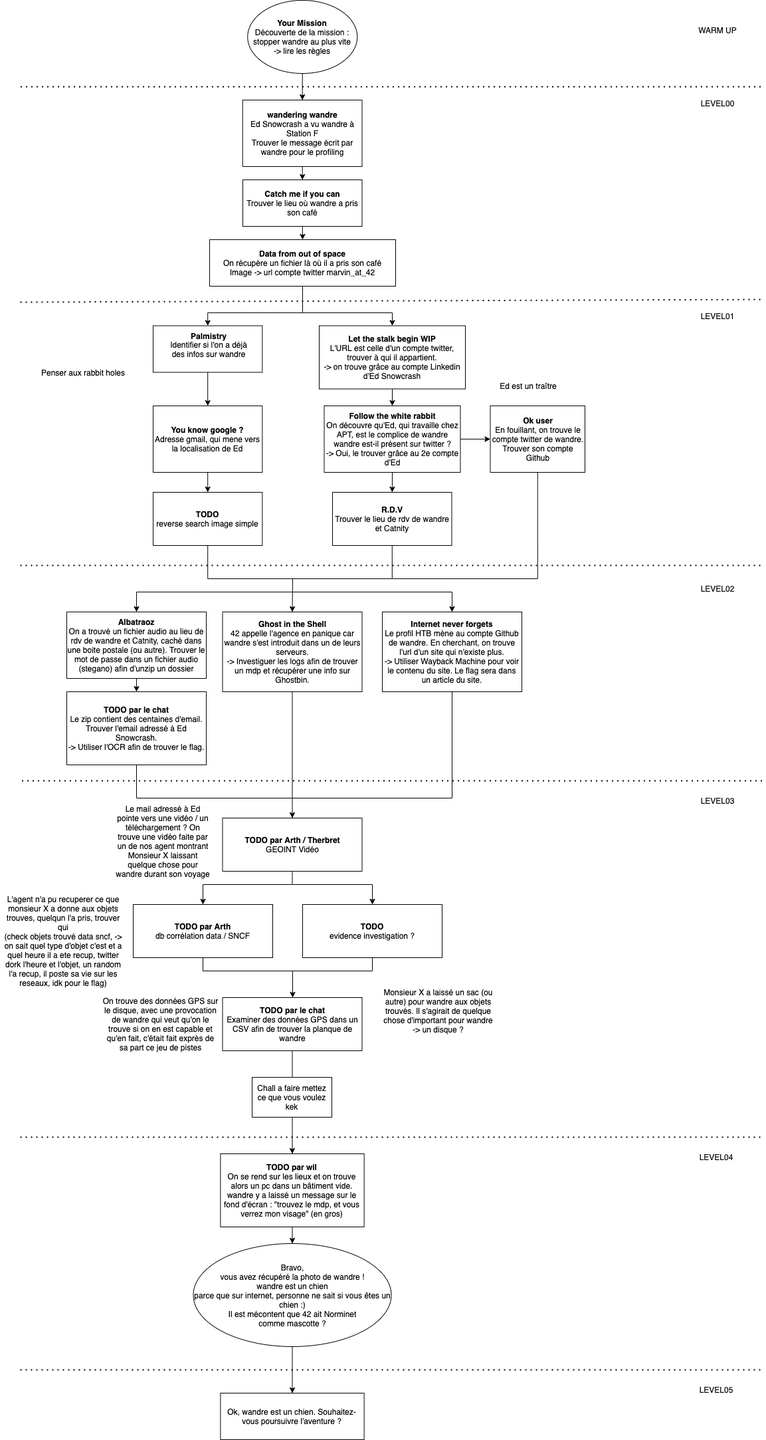
Before: resources/ctf_story.png, a diagram exported from draw.io (praclet/ctf_osint). Source tidied: cells renumbered, new cells last; positions are measured from the earlier drawing's top-left corner, leaving out a move shared by most shapes.
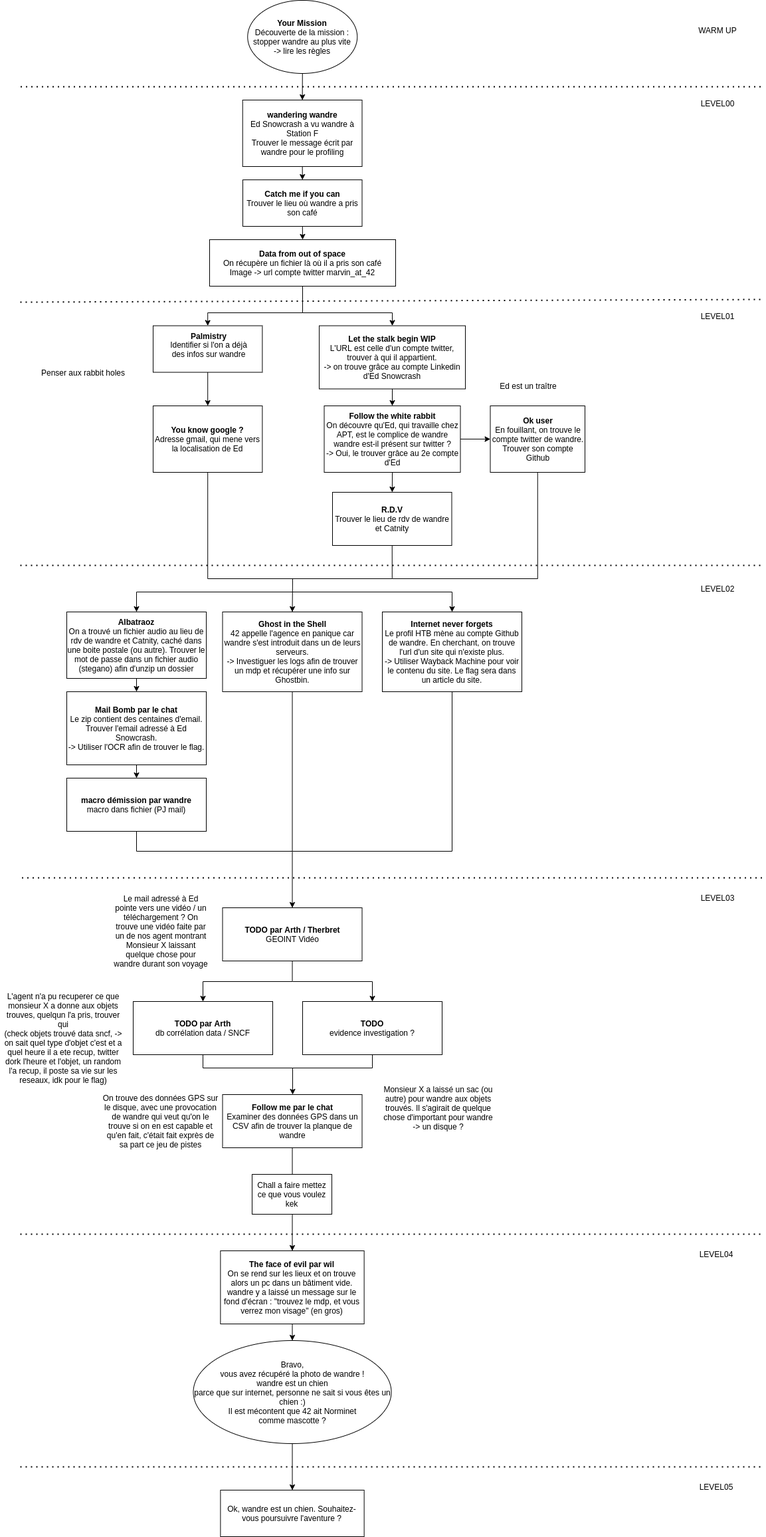
The same file after the commit.

Change to the diagram source:
```diff
@@ -6,7 +6,7 @@
       <mxGeometry x="372.2" width="165" height="110" as="geometry" />
     </mxCell>
     <mxCell id="3" value="Bravo,&lt;br&gt;vous avez récupéré la photo de wandre !&lt;br&gt;wandre est un chien&lt;br&gt;parce que sur internet, personne ne sait si vous êtes un chien :)&lt;br&gt;Il est mécontent que 42 ait Norminet&lt;br&gt;comme mascotte ?" style="ellipse;whiteSpace=wrap;html=1;" parent="1" vertex="1">
-      <mxGeometry x="290.5" y="1870" width="298" height="155" as="geometry" />
+      <mxGeometry x="290.5" y="2016" width="298" height="155" as="geometry" />
     </mxCell>
     <mxCell id="4" value="&lt;b&gt;wandering wandre&lt;br&gt;&lt;/b&gt;Ed Snowcrash a vu wandre à Station F&lt;br&gt;Trouver le message écrit par wandre pour le profiling" style="rounded=0;whiteSpace=wrap;html=1;" parent="1" vertex="1">
       <mxGeometry x="364.8" y="150" width="179.8" height="100" as="geometry" />
@@ -38,8 +38,8 @@
     <mxCell id="13" style="endArrow=classic;html=1;exitX=0.5;exitY=1;exitDx=0;exitDy=0;entryX=0.5;entryY=0;entryDx=0;entryDy=0;rounded=0;edgeStyle=orthogonalEdgeStyle;" parent="1" edge="1" source="10" target="12">
       <mxGeometry relative="1" as="geometry" />
     </mxCell>
-    <mxCell id="14" value="&lt;b&gt;TODO par wil&lt;/b&gt;&lt;br&gt;On se rend sur les lieux et on trouve alors un pc dans un bâtiment vide. wandre y a laissé un message sur le fond d'écran : &quot;trouvez le mdp, et vous verrez mon visage&quot; (en gros)" style="rounded=0;whiteSpace=wrap;html=1;" parent="1" vertex="1">
-      <mxGeometry x="331.4" y="1735" width="216.2" height="110" as="geometry" />
+    <mxCell id="14" value="&lt;b&gt;The face of evil par wil&lt;/b&gt;&lt;br&gt;On se rend sur les lieux et on trouve alors un pc dans un bâtiment vide. wandre y a laissé un message sur le fond d'écran : &quot;trouvez le mdp, et vous verrez mon visage&quot; (en gros)" style="rounded=0;whiteSpace=wrap;html=1;" parent="1" vertex="1">
+      <mxGeometry x="331.4" y="1881" width="216.2" height="110" as="geometry" />
     </mxCell>
     <mxCell id="15" style="endArrow=none;dashed=1;html=1;dashPattern=1 3;strokeWidth=2;" parent="1" edge="1">
       <mxGeometry relative="1" as="geometry">
@@ -108,10 +108,9 @@
     <mxCell id="31" value="&lt;b&gt;Ghost in the Shell&lt;br&gt;&lt;/b&gt;42 appelle l'agence en panique car wandre s'est introduit dans un de leurs serveurs.&lt;br&gt;-&amp;gt; Investiguer les logs afin de trouver un mdp et récupérer une info sur Ghostbin." style="rounded=0;whiteSpace=wrap;html=1;" parent="1" vertex="1">
       <mxGeometry x="334.5" y="920" width="210" height="120" as="geometry" />
     </mxCell>
-    <mxCell id="32" style="endArrow=none;html=1;entryX=0.5;entryY=1;entryDx=0;entryDy=0;rounded=0;edgeStyle=orthogonalEdgeStyle;exitX=0.5;exitY=1;exitDx=0;exitDy=0;" parent="1" edge="1" source="52" target="44">
+    <mxCell id="32" style="endArrow=none;html=1;entryX=0.5;entryY=1;entryDx=0;entryDy=0;rounded=0;edgeStyle=orthogonalEdgeStyle;exitX=0.5;exitY=1;exitDx=0;exitDy=0;" parent="1" edge="1" source="26" target="44">
       <mxGeometry relative="1" as="geometry">
         <Array as="points">
-          <mxPoint x="312" y="820" />
           <mxPoint x="312" y="870" />
           <mxPoint x="590" y="870" />
         </Array>
@@ -135,7 +134,7 @@
         <mxPoint x="440" y="890" as="sourcePoint" />
       </mxGeometry>
     </mxCell>
-    <mxCell id="37" value="&lt;b&gt;TODO par le chat&lt;br&gt;&lt;/b&gt;Le zip contient des centaines d'email. Trouver l'email adressé à Ed Snowcrash.&lt;br&gt;-&amp;gt; Utiliser l'OCR afin de trouver le flag." style="rounded=0;whiteSpace=wrap;html=1;" parent="1" vertex="1">
+    <mxCell id="37" value="&lt;b&gt;Mail Bomb par le chat&lt;br&gt;&lt;/b&gt;Le zip contient des centaines d'email. Trouver l'email adressé à Ed Snowcrash.&lt;br&gt;-&amp;gt; Utiliser l'OCR afin de trouver le flag." style="rounded=0;whiteSpace=wrap;html=1;" parent="1" vertex="1">
       <mxGeometry x="100" y="1040" width="210" height="110" as="geometry" />
     </mxCell>
     <mxCell id="38" style="endArrow=classic;html=1;strokeColor=#000000;entryX=0.5;entryY=0;entryDx=0;entryDy=0;exitX=0.5;exitY=1;exitDx=0;exitDy=0;" parent="1" edge="1" source="35" target="37">
@@ -143,18 +142,18 @@
     </mxCell>
     <mxCell id="39" style="endArrow=none;dashed=1;html=1;dashPattern=1 3;strokeWidth=2;" parent="1" edge="1">
       <mxGeometry relative="1" as="geometry">
-        <mxPoint x="32.5" y="1174" as="sourcePoint" />
-        <mxPoint x="1150" y="1174" as="targetPoint" />
+        <mxPoint x="32.5" y="1320" as="sourcePoint" />
+        <mxPoint x="1150" y="1320" as="targetPoint" />
       </mxGeometry>
     </mxCell>
     <mxCell id="40" value="LEVEL03" style="text;html=1;strokeColor=none;fillColor=none;align=center;verticalAlign=middle;whiteSpace=wrap;rounded=0;" parent="1" vertex="1">
-      <mxGeometry x="1040" y="1199" width="80" height="10" as="geometry" />
+      <mxGeometry x="1040" y="1345" width="80" height="10" as="geometry" />
     </mxCell>
-    <mxCell id="41" value="&lt;b&gt;TODO par le chat&lt;br&gt;&lt;/b&gt;Examiner des données GPS dans un CSV afin de trouver la planque de wandre" style="rounded=0;whiteSpace=wrap;html=1;" parent="1" vertex="1">
-      <mxGeometry x="334.5" y="1500" width="210" height="80" as="geometry" />
+    <mxCell id="41" value="&lt;b&gt;Follow me par le chat&lt;br&gt;&lt;/b&gt;Examiner des données GPS dans un CSV afin de trouver la planque de wandre" style="rounded=0;whiteSpace=wrap;html=1;" parent="1" vertex="1">
+      <mxGeometry x="334.5" y="1646" width="210" height="80" as="geometry" />
     </mxCell>
     <mxCell id="42" value="Le mail adressé à Ed pointe vers une vidéo / un téléchargement ? On trouve une vidéo faite par un de nos agent montrant Monsieur X laissant quelque chose pour wandre durant son voyage" style="text;html=1;strokeColor=none;fillColor=none;align=center;verticalAlign=middle;whiteSpace=wrap;rounded=0;" parent="1" vertex="1">
-      <mxGeometry x="170" y="1220" width="150" height="90" as="geometry" />
+      <mxGeometry x="166.8" y="1355" width="150" height="90" as="geometry" />
     </mxCell>
     <mxCell id="43" value="Ed est un traître" style="text;html=1;strokeColor=none;fillColor=none;align=center;verticalAlign=middle;whiteSpace=wrap;rounded=0;" parent="1" vertex="1">
       <mxGeometry x="720" y="570" width="150" height="20" as="geometry" />
@@ -175,80 +174,78 @@
     </mxCell>
     <mxCell id="48" style="endArrow=none;dashed=1;html=1;dashPattern=1 3;strokeWidth=2;" parent="1" edge="1">
       <mxGeometry relative="1" as="geometry">
-        <mxPoint x="30" y="1710" as="sourcePoint" />
-        <mxPoint x="1147.5" y="1710" as="targetPoint" />
+        <mxPoint x="30" y="1856" as="sourcePoint" />
+        <mxPoint x="1147.5" y="1856" as="targetPoint" />
       </mxGeometry>
     </mxCell>
     <mxCell id="49" value="LEVEL04" style="text;html=1;strokeColor=none;fillColor=none;align=center;verticalAlign=middle;whiteSpace=wrap;rounded=0;" parent="1" vertex="1">
-      <mxGeometry x="1037.5" y="1735" width="80" height="10" as="geometry" />
+      <mxGeometry x="1037.5" y="1881" width="80" height="10" as="geometry" />
     </mxCell>
     <mxCell id="50" value="&lt;b&gt;TODO par Arth&lt;br&gt;&lt;/b&gt;db corrélation data / SNCF" style="rounded=0;whiteSpace=wrap;html=1;" parent="1" vertex="1">
-      <mxGeometry x="200" y="1360" width="210" height="80" as="geometry" />
+      <mxGeometry x="200" y="1506" width="210" height="80" as="geometry" />
     </mxCell>
     <mxCell id="51" value="&lt;b&gt;TODO par Arth / Therbret&lt;br&gt;&lt;/b&gt;GEOINT Vidéo" style="rounded=0;whiteSpace=wrap;html=1;" parent="1" vertex="1">
-      <mxGeometry x="334.5" y="1230" width="210" height="80" as="geometry" />
+      <mxGeometry x="334.5" y="1365" width="210" height="80" as="geometry" />
     </mxCell>
-    <mxCell id="52" value="&lt;b&gt;TODO&lt;br&gt;&lt;/b&gt;reverse search image simple" style="rounded=0;whiteSpace=wrap;html=1;" parent="1" vertex="1">
-      <mxGeometry x="230" y="740" width="164.4" height="80" as="geometry" />
-    </mxCell>
     <mxCell id="53" value="&lt;b&gt;TODO&lt;br&gt;&lt;/b&gt;evidence investigation ?" style="rounded=0;whiteSpace=wrap;html=1;" parent="1" vertex="1">
-      <mxGeometry x="455" y="1360" width="210" height="80" as="geometry" />
+      <mxGeometry x="455" y="1506" width="210" height="80" as="geometry" />
     </mxCell>
     <mxCell id="54" style="endArrow=classic;html=1;exitX=0.5;exitY=1;exitDx=0;exitDy=0;" parent="1" edge="1" source="31" target="51">
       <mxGeometry relative="1" as="geometry" />
     </mxCell>
-    <mxCell id="55" style="endArrow=none;html=1;exitX=0.5;exitY=1;exitDx=0;exitDy=0;rounded=0;edgeStyle=orthogonalEdgeStyle;" parent="1" edge="1" source="37">
+    <mxCell id="55" style="endArrow=none;html=1;rounded=0;edgeStyle=orthogonalEdgeStyle;exitX=0.5;exitY=1;exitDx=0;exitDy=0;" parent="1" edge="1" source="72">
       <mxGeometry relative="1" as="geometry">
-        <mxPoint x="440" y="1200" as="targetPoint" />
+        <mxPoint x="440" y="1280" as="targetPoint" />
         <Array as="points">
-          <mxPoint x="205" y="1200" />
+          <mxPoint x="205" y="1280" />
         </Array>
       </mxGeometry>
     </mxCell>
     <mxCell id="56" style="endArrow=none;html=1;entryX=0.5;entryY=1;entryDx=0;entryDy=0;rounded=0;edgeStyle=orthogonalEdgeStyle;" parent="1" edge="1" target="24">
       <mxGeometry relative="1" as="geometry">
-        <mxPoint x="440" y="1200" as="sourcePoint" />
+        <mxPoint x="440" y="1280" as="sourcePoint" />
+        <Array as="points">
+          <mxPoint x="440" y="1280" />
+          <mxPoint x="680" y="1280" />
+        </Array>
       </mxGeometry>
     </mxCell>
     <mxCell id="57" value="Monsieur X a laissé un sac (ou autre) pour wandre aux objets trouvés. Il s'agirait de quelque chose d'important pour wandre&lt;br&gt;-&amp;gt; un disque ?" style="text;html=1;strokeColor=none;fillColor=none;align=center;verticalAlign=middle;whiteSpace=wrap;rounded=0;" parent="1" vertex="1">
-      <mxGeometry x="570" y="1475" width="179.1" height="90" as="geometry" />
+      <mxGeometry x="570" y="1621" width="179.1" height="90" as="geometry" />
     </mxCell>
     <mxCell id="58" value="On trouve des données GPS sur le disque, avec une provocation de wandre qui veut qu'on le trouve si on en est capable et qu'en fait, c'était fait exprès de sa part ce jeu de pistes" style="text;html=1;strokeColor=none;fillColor=none;align=center;verticalAlign=middle;whiteSpace=wrap;rounded=0;" parent="1" vertex="1">
-      <mxGeometry x="152.2" y="1487.5" width="179.1" height="105" as="geometry" />
+      <mxGeometry x="152.2" y="1633.5" width="179.1" height="105" as="geometry" />
     </mxCell>
     <mxCell id="59" style="endArrow=classic;html=1;entryX=0.5;entryY=0;entryDx=0;entryDy=0;rounded=0;edgeStyle=orthogonalEdgeStyle;exitX=0.5;exitY=1;exitDx=0;exitDy=0;" parent="1" edge="1" source="51" target="50">
       <mxGeometry relative="1" as="geometry">
         <Array as="points">
-          <mxPoint x="440" y="1330" />
-          <mxPoint x="305" y="1330" />
+          <mxPoint x="440" y="1476" />
+          <mxPoint x="305" y="1476" />
         </Array>
       </mxGeometry>
     </mxCell>
     <mxCell id="60" style="endArrow=classic;html=1;entryX=0.5;entryY=0;entryDx=0;entryDy=0;rounded=0;edgeStyle=orthogonalEdgeStyle;" parent="1" edge="1" target="53">
       <mxGeometry relative="1" as="geometry">
-        <mxPoint x="440" y="1330" as="sourcePoint" />
+        <mxPoint x="440" y="1476" as="sourcePoint" />
         <Array as="points">
-          <mxPoint x="560" y="1330" />
+          <mxPoint x="560" y="1476" />
         </Array>
       </mxGeometry>
     </mxCell>
     <mxCell id="61" style="endArrow=classic;html=1;exitX=0.5;exitY=1;exitDx=0;exitDy=0;rounded=0;edgeStyle=orthogonalEdgeStyle;" parent="1" edge="1" source="50">
       <mxGeometry relative="1" as="geometry">
-        <mxPoint x="440" y="1500" as="targetPoint" />
+        <mxPoint x="440" y="1646" as="targetPoint" />
         <Array as="points">
-          <mxPoint x="305" y="1460" />
-          <mxPoint x="440" y="1460" />
+          <mxPoint x="305" y="1606" />
+          <mxPoint x="440" y="1606" />
         </Array>
       </mxGeometry>
     </mxCell>
     <mxCell id="62" style="endArrow=none;html=1;entryX=0.5;entryY=1;entryDx=0;entryDy=0;edgeStyle=orthogonalEdgeStyle;rounded=0;" parent="1" edge="1" target="53">
       <mxGeometry relative="1" as="geometry">
-        <mxPoint x="440" y="1460" as="sourcePoint" />
+        <mxPoint x="440" y="1606" as="sourcePoint" />
       </mxGeometry>
     </mxCell>
-    <mxCell id="63" style="endArrow=classic;html=1;exitX=0.5;exitY=1;exitDx=0;exitDy=0;entryX=0.5;entryY=0;entryDx=0;entryDy=0;" parent="1" edge="1" source="26" target="52">
-      <mxGeometry relative="1" as="geometry" />
-    </mxCell>
     <mxCell id="64" style="endArrow=classic;html=1;exitX=0.5;exitY=1;exitDx=0;exitDy=0;" parent="1" edge="1" source="41" target="14">
       <mxGeometry relative="1" as="geometry" />
     </mxCell>
@@ -257,24 +254,30 @@
     </mxCell>
     <mxCell id="66" style="endArrow=none;dashed=1;html=1;dashPattern=1 3;strokeWidth=2;" parent="1" edge="1">
       <mxGeometry relative="1" as="geometry">
-        <mxPoint x="30" y="2060" as="sourcePoint" />
-        <mxPoint x="1147.5" y="2060" as="targetPoint" />
+        <mxPoint x="30" y="2206" as="sourcePoint" />
+        <mxPoint x="1147.5" y="2206" as="targetPoint" />
       </mxGeometry>
     </mxCell>
     <mxCell id="67" value="LEVEL05" style="text;html=1;strokeColor=none;fillColor=none;align=center;verticalAlign=middle;whiteSpace=wrap;rounded=0;" parent="1" vertex="1">
-      <mxGeometry x="1037.5" y="2085" width="80" height="10" as="geometry" />
+      <mxGeometry x="1037.5" y="2231" width="80" height="10" as="geometry" />
     </mxCell>
     <mxCell id="68" value="Ok, wandre est un chien. Souhaitez-vous poursuivre l'aventure ?" style="rounded=0;whiteSpace=wrap;html=1;" parent="1" vertex="1">
-      <mxGeometry x="331.4" y="2095" width="216.2" height="70" as="geometry" />
+      <mxGeometry x="331.4" y="2241" width="216.2" height="70" as="geometry" />
     </mxCell>
     <mxCell id="69" style="endArrow=classic;html=1;exitX=0.5;exitY=1;exitDx=0;exitDy=0;entryX=0.5;entryY=0;entryDx=0;entryDy=0;" parent="1" edge="1" source="3" target="68">
       <mxGeometry relative="1" as="geometry" />
     </mxCell>
     <mxCell id="70" value="L'agent n'a pu recuperer ce que monsieur X a donne aux objets trouves, quelqun l'a pris, trouver qui&lt;br&gt;(check objets trouvé data sncf, -&amp;gt; on sait quel type d'objet c'est et a quel heure il a ete recup, twitter dork l'heure et l'objet, un random l'a recup, il poste sa vie sur les reseaux, idk pour le flag)" style="text;html=1;strokeColor=none;fillColor=none;align=center;verticalAlign=middle;whiteSpace=wrap;rounded=0;" parent="1" vertex="1">
-      <mxGeometry y="1360" width="190" height="110" as="geometry" />
+      <mxGeometry y="1506" width="190" height="110" as="geometry" />
     </mxCell>
     <mxCell id="71" value="Chall a faire mettez ce que vous voulez kek" style="rounded=0;whiteSpace=wrap;html=1;" parent="1" vertex="1">
-      <mxGeometry x="379" y="1620" width="120" height="60" as="geometry" />
+      <mxGeometry x="379" y="1766" width="120" height="60" as="geometry" />
     </mxCell>
+    <mxCell id="72" value="&lt;b&gt;macro démission par wandre&lt;br&gt;&lt;/b&gt;macro dans fichier (PJ mail)" style="rounded=0;whiteSpace=wrap;html=1;" parent="1" vertex="1">
+      <mxGeometry x="100" y="1170" width="210" height="80" as="geometry" />
+    </mxCell>
+    <mxCell id="73" style="endArrow=classic;html=1;exitX=0.5;exitY=1;exitDx=0;exitDy=0;" parent="1" edge="1" source="37" target="72">
+      <mxGeometry relative="1" as="geometry" />
+    </mxCell>
   </root>
 </mxGraphModel>
```
